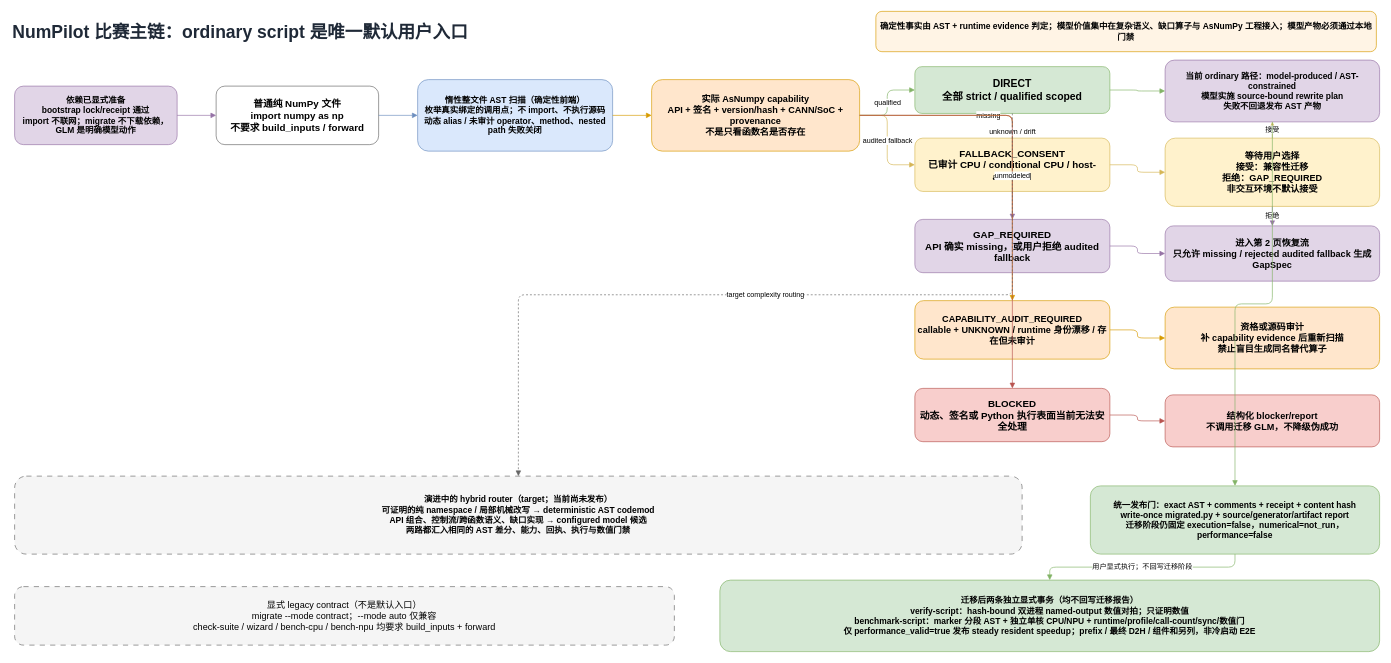
The draw.io diagram page "01-ordinary用户主流程" (1 of 3) of docs/numpilot-architecture.drawio in DEGger21/numpilot, before the edit. Source tidied: cells renumbered, new cells numbered last; positions are measured from the earlier drawing's top-left corner, leaving out a move shared by most shapes. Both pictures are drawn from the tidied source at 65%, with x=0, y=0 at pixel (11, 11).
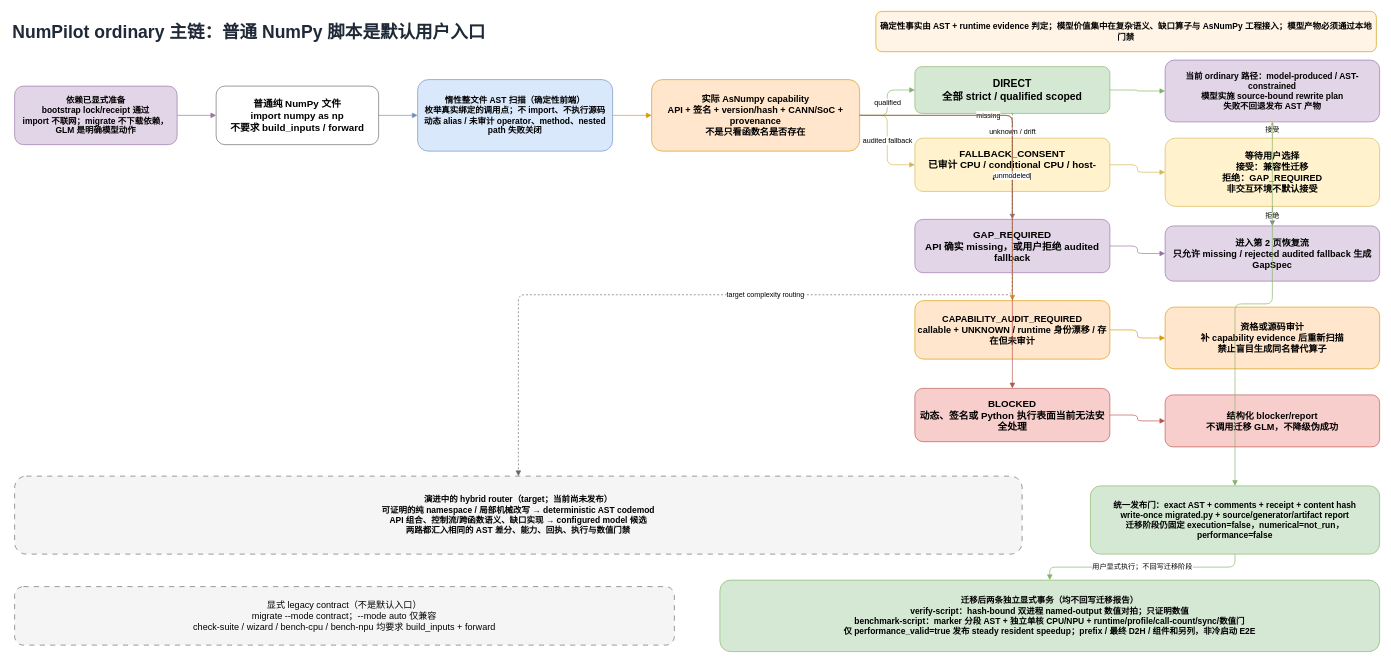
The same diagram, later.

Diff of the diagram source:
```diff
@@
-    <mxCell id="2" value="NumPilot 比赛主链：ordinary script 是唯一默认用户入口" style="text;html=1;align=left;verticalAlign=middle;fontSize=27;fontStyle=1;fontColor=#1F2937;" parent="1" vertex="1">
+    <mxCell id="2" value="NumPilot ordinary 主链：普通 NumPy 脚本是默认用户入口" style="text;html=1;align=left;verticalAlign=middle;fontSize=27;fontStyle=1;fontColor=#1F2937;" parent="1" vertex="1">
       <mxGeometry y="10" width="1300" height="45" as="geometry" />
     </mxCell>
```
